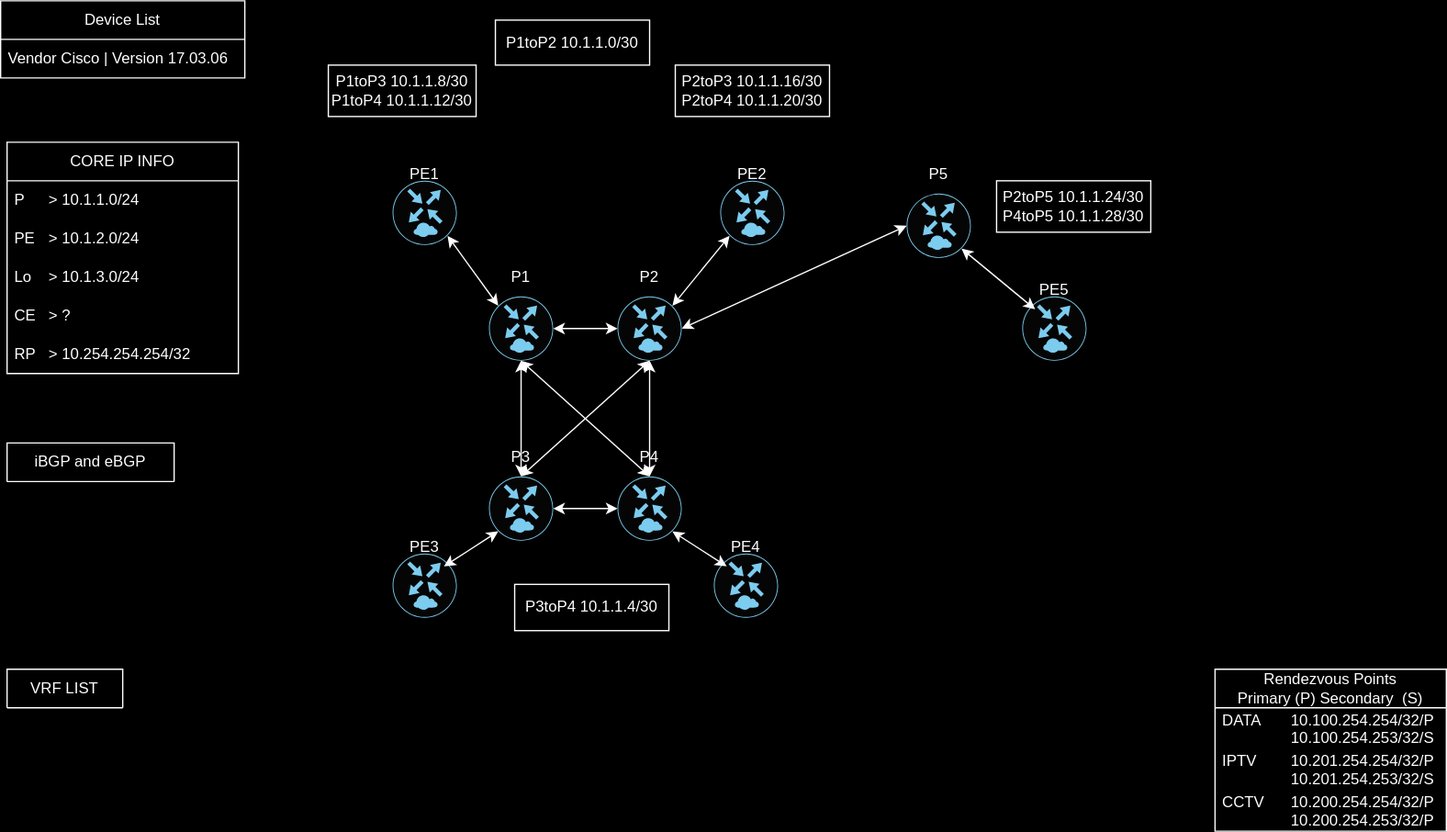
The draw.io diagram MPLS-PtoPE.drawio.svg in vxmaster/CML-MPLS-XE, before a commit. Source tidied: cells renumbered, new cells last; positions are measured from the earlier drawing's top-left corner, leaving out a move shared by most shapes.
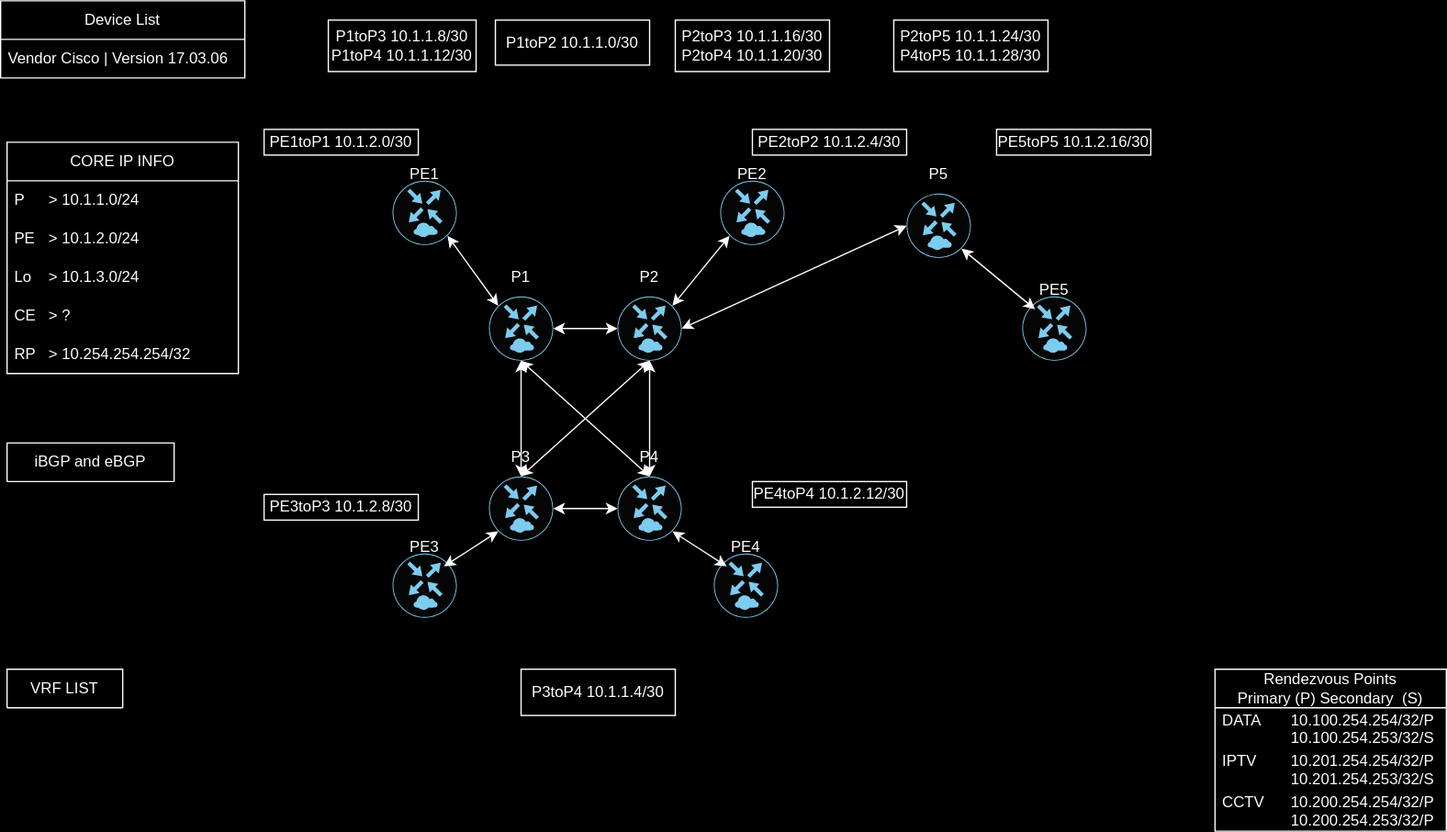
The same file after the commit.

Diff of the diagram source:
```diff
@@ -111,19 +111,19 @@
       <mxGeometry x="5" y="344" width="130" height="30" as="geometry" />
     </mxCell>
     <mxCell id="38" value="&lt;div&gt;P1toP3 10.1.1.8/30&lt;/div&gt;&lt;div&gt;P1toP4 10.1.1.12/30&lt;/div&gt;" style="rounded=0;whiteSpace=wrap;html=1;" parent="1" vertex="1">
-      <mxGeometry x="255" y="50" width="115" height="40" as="geometry" />
+      <mxGeometry x="255" y="15" width="115" height="40" as="geometry" />
     </mxCell>
     <mxCell id="39" value="&lt;div&gt;&lt;span style=&quot;background-color: initial;&quot;&gt;P2toP3 10.1.1.16/30&lt;/span&gt;&lt;br&gt;&lt;/div&gt;&lt;div&gt;&lt;div&gt;&lt;span style=&quot;background-color: initial;&quot;&gt;P2toP4 10.1.1&lt;/span&gt;&lt;span style=&quot;background-color: initial;&quot;&gt;.20/30&lt;/span&gt;&lt;/div&gt;&lt;/div&gt;" style="rounded=0;whiteSpace=wrap;html=1;" parent="1" vertex="1">
-      <mxGeometry x="525" y="50" width="120" height="40" as="geometry" />
+      <mxGeometry x="525" y="15" width="120" height="40" as="geometry" />
     </mxCell>
     <mxCell id="40" value="P3toP4 10.1.1.4/30" style="rounded=0;whiteSpace=wrap;html=1;" parent="1" vertex="1">
-      <mxGeometry x="400" y="454" width="120" height="36" as="geometry" />
+      <mxGeometry x="405" y="520" width="120" height="36" as="geometry" />
     </mxCell>
     <mxCell id="41" value="P1toP2 10.1.1.0/30" style="rounded=0;whiteSpace=wrap;html=1;" parent="1" vertex="1">
       <mxGeometry x="385" y="15" width="120" height="35" as="geometry" />
     </mxCell>
     <mxCell id="42" value="P2toP5 10.1.1.24/30&lt;div&gt;P4toP5 10.1.1.28/30&lt;/div&gt;" style="rounded=0;whiteSpace=wrap;html=1;" parent="1" vertex="1">
-      <mxGeometry x="775" y="140" width="120" height="40" as="geometry" />
+      <mxGeometry x="695" y="15" width="120" height="40" as="geometry" />
     </mxCell>
     <mxCell id="43" style="group;" parent="1" vertex="1">
       <mxGeometry x="300" y="120" width="60" height="70" as="geometry" />
@@ -185,5 +185,20 @@
     <mxCell id="62" style="endArrow=classic;startArrow=classic;html=1;rounded=0;entryX=0.25;entryY=1;entryDx=0;entryDy=0;exitX=0.855;exitY=0.8555;exitDx=0;exitDy=0;exitPerimeter=0;" parent="1" edge="1" source="15" target="57">
       <mxGeometry relative="1" as="geometry" />
     </mxCell>
+    <mxCell id="63" value="PE1toP1 10.1.2.0/30" style="rounded=0;whiteSpace=wrap;html=1;" parent="1" vertex="1">
+      <mxGeometry x="205" y="100" width="120" height="20" as="geometry" />
+    </mxCell>
+    <mxCell id="64" value="PE2toP&lt;span style=&quot;background-color: initial;&quot;&gt;2 10.1.2.4/30&lt;/span&gt;" style="rounded=0;whiteSpace=wrap;html=1;" parent="1" vertex="1">
+      <mxGeometry x="585" y="100" width="120" height="20" as="geometry" />
+    </mxCell>
+    <mxCell id="65" value="PE3toP3&lt;span style=&quot;background-color: initial;&quot;&gt;&amp;nbsp;10.1.2.8/30&lt;/span&gt;" style="rounded=0;whiteSpace=wrap;html=1;" parent="1" vertex="1">
+      <mxGeometry x="205" y="384" width="120" height="20" as="geometry" />
+    </mxCell>
+    <mxCell id="66" value="PE4toP4&lt;span style=&quot;background-color: initial;&quot;&gt;&amp;nbsp;10.1.2.12/30&lt;/span&gt;" style="rounded=0;whiteSpace=wrap;html=1;" parent="1" vertex="1">
+      <mxGeometry x="585" y="374" width="120" height="20" as="geometry" />
+    </mxCell>
+    <mxCell id="67" value="PE5toP5&lt;span style=&quot;background-color: initial;&quot;&gt;&amp;nbsp;10.1.2.16/30&lt;/span&gt;" style="rounded=0;whiteSpace=wrap;html=1;" parent="1" vertex="1">
+      <mxGeometry x="775" y="100" width="120" height="20" as="geometry" />
+    </mxCell>
   </root>
 </mxGraphModel>
```
